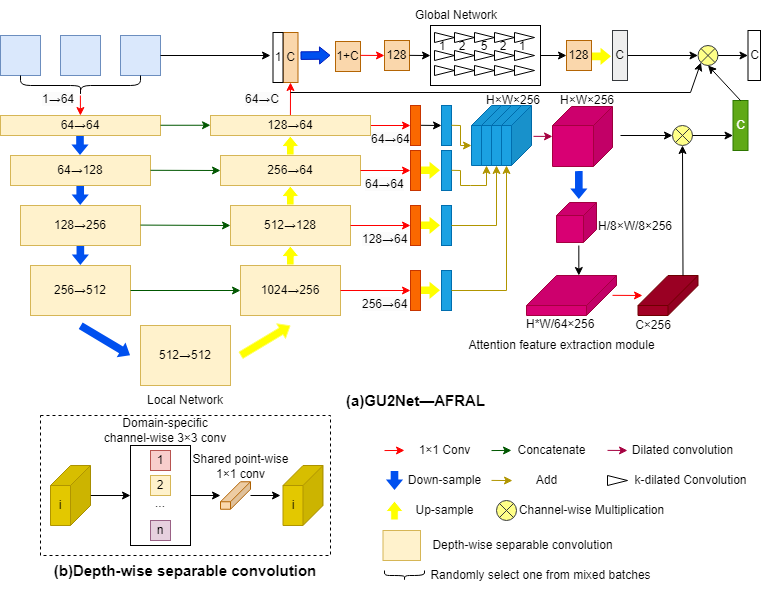
The draw.io diagram test.drawio.png in DemonH-p/self-study, before a commit. Source tidied: cells renumbered, new cells last; positions are measured from the earlier drawing's top-left corner, leaving out a move shared by most shapes.
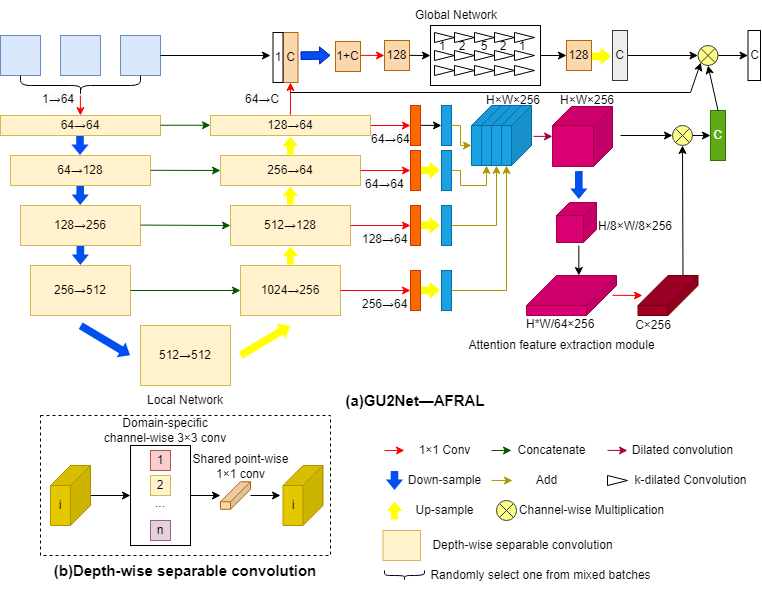
Above is the later version.

The edit, as a diff of the source:
```diff
@@ -387,9 +387,9 @@
     <mxCell id="82" style="endArrow=classic;html=1;rounded=0;fillColor=#e51400;strokeColor=#000000;entryX=0.5;entryY=1;entryDx=0;entryDy=0;exitX=0;exitY=0;exitDx=15;exitDy=0;exitPerimeter=0;" parent="1" edge="1" source="63" target="81">
       <mxGeometry relative="1" as="geometry" />
     </mxCell>
-    <mxCell id="83" style="endArrow=classic;html=1;rounded=0;fillColor=#e51400;strokeColor=#000000;entryX=0;entryY=0.5;entryDx=0;entryDy=0;exitX=1;exitY=0.5;exitDx=0;exitDy=0;" parent="1" edge="1" source="81">
+    <mxCell id="83" style="endArrow=classic;html=1;rounded=0;fillColor=#e51400;strokeColor=#000000;exitX=1;exitY=0.5;exitDx=0;exitDy=0;" parent="1" edge="1" source="81">
       <mxGeometry relative="1" as="geometry">
-        <mxPoint x="732.5" y="135" as="targetPoint" />
+        <mxPoint x="710" y="135" as="targetPoint" />
       </mxGeometry>
     </mxCell>
     <mxCell id="84" style="group;" parent="1" vertex="1">
@@ -474,7 +474,7 @@
       <mxGeometry x="612" y="30" width="15" height="50" as="geometry" />
     </mxCell>
     <mxCell id="111" value="C" style="rounded=0;whiteSpace=wrap;html=1;fillColor=#60a917;strokeColor=#2D7600;fontColor=#ffffff;" parent="1" vertex="1">
-      <mxGeometry x="732.5" y="100" width="15" height="50" as="geometry" />
+      <mxGeometry x="710" y="110" width="15" height="50" as="geometry" />
     </mxCell>
     <mxCell id="112" style="endArrow=classic;html=1;rounded=0;fillColor=#e51400;strokeColor=#000000;entryX=0;entryY=1;entryDx=0;entryDy=0;" parent="1" edge="1" target="114">
       <mxGeometry relative="1" as="geometry">
```
